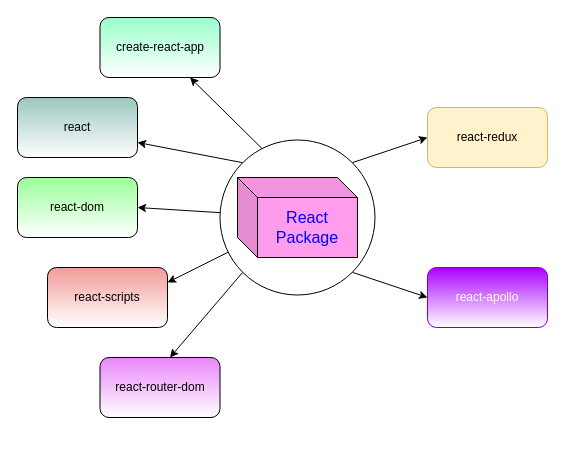
The draw.io diagram My Articles/react/React Packages.drawio in anbarasan-raji/books, before the edit. Source tidied: cells renumbered, new cells numbered last; positions are measured from the earlier drawing's top-left corner, leaving out a move shared by most shapes. Both pictures are drawn from the tidied source at 100%, with x=0, y=0 at pixel (17, 17).
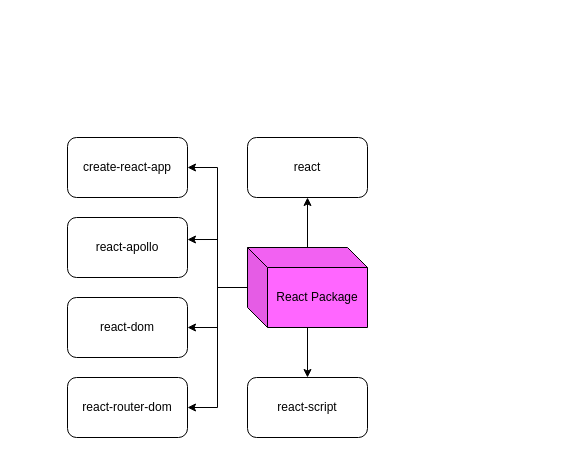
Above is the later version.

Diff of the diagram source:
```diff
@@
 <mxGraphModel>
   <root>
     <mxCell id="0" />
     <mxCell id="1" parent="0" />
-    <mxCell id="2" style="edgeStyle=none;rounded=0;jettySize=auto;html=1;exitX=0.281;exitY=0.065;exitDx=0;exitDy=0;entryX=0.75;entryY=1;entryDx=0;entryDy=0;exitPerimeter=0;" parent="1" edge="1" source="9" target="17">
-      <mxGeometry relative="1" as="geometry" />
-    </mxCell>
-    <mxCell id="3" style="edgeStyle=none;rounded=0;jettySize=auto;html=1;exitX=0;exitY=0;exitDx=0;exitDy=0;entryX=1;entryY=0.75;entryDx=0;entryDy=0;" parent="1" edge="1" source="9" target="11">
-      <mxGeometry relative="1" as="geometry" />
-    </mxCell>
-    <mxCell id="4" style="edgeStyle=none;rounded=0;jettySize=auto;html=1;entryX=1;entryY=0.5;entryDx=0;entryDy=0;" parent="1" edge="1" source="9" target="14">
-      <mxGeometry relative="1" as="geometry" />
-    </mxCell>
-    <mxCell id="5" style="edgeStyle=none;rounded=0;jettySize=auto;html=1;entryX=1;entryY=0.25;entryDx=0;entryDy=0;" parent="1" edge="1" source="9" target="15">
-      <mxGeometry relative="1" as="geometry" />
-    </mxCell>
-    <mxCell id="6" style="edgeStyle=none;rounded=0;jettySize=auto;html=1;exitX=0;exitY=1;exitDx=0;exitDy=0;entryX=0.583;entryY=0;entryDx=0;entryDy=0;entryPerimeter=0;" parent="1" edge="1" source="9" target="13">
-      <mxGeometry relative="1" as="geometry" />
-    </mxCell>
-    <mxCell id="7" style="edgeStyle=none;rounded=0;jettySize=auto;html=1;exitX=1;exitY=0;exitDx=0;exitDy=0;entryX=0;entryY=0.5;entryDx=0;entryDy=0;fontSize=16;fontColor=#0000FF;" parent="1" edge="1" source="9" target="12">
-      <mxGeometry relative="1" as="geometry" />
-    </mxCell>
-    <mxCell id="8" style="edgeStyle=none;rounded=0;jettySize=auto;html=1;exitX=1;exitY=1;exitDx=0;exitDy=0;entryX=0;entryY=0.5;entryDx=0;entryDy=0;fontSize=16;fontColor=#0000FF;" parent="1" edge="1" source="9" target="16">
-      <mxGeometry relative="1" as="geometry" />
-    </mxCell>
-    <mxCell id="9" style="ellipse;whiteSpace=wrap;html=1;" parent="1" vertex="1">
-      <mxGeometry x="202.5" y="122.5" width="155" height="155" as="geometry" />
-    </mxCell>
+    <mxCell id="18" style="edgeStyle=orthogonalEdgeStyle;rounded=0;jettySize=auto;html=1;entryX=0.5;entryY=1;entryDx=0;entryDy=0;" parent="1" edge="1" source="10" target="11">
+      <mxGeometry relative="1" as="geometry" />
+    </mxCell>
+    <mxCell id="19" style="edgeStyle=orthogonalEdgeStyle;rounded=0;jettySize=auto;html=1;" parent="1" edge="1" source="10" target="24">
+      <mxGeometry relative="1" as="geometry" />
+    </mxCell>
+    <mxCell id="20" style="edgeStyle=orthogonalEdgeStyle;rounded=0;jettySize=auto;html=1;entryX=1;entryY=0.5;entryDx=0;entryDy=0;" parent="1" edge="1" source="10" target="17">
+      <mxGeometry relative="1" as="geometry" />
+    </mxCell>
+    <mxCell id="21" style="edgeStyle=orthogonalEdgeStyle;rounded=0;jettySize=auto;html=1;entryX=1;entryY=0.367;entryDx=0;entryDy=0;entryPerimeter=0;" parent="1" edge="1" source="10" target="16">
+      <mxGeometry relative="1" as="geometry" />
+    </mxCell>
+    <mxCell id="22" style="edgeStyle=orthogonalEdgeStyle;rounded=0;jettySize=auto;html=1;entryX=1;entryY=0.5;entryDx=0;entryDy=0;" parent="1" edge="1" source="10" target="14">
+      <mxGeometry relative="1" as="geometry" />
+    </mxCell>
+    <mxCell id="23" style="edgeStyle=orthogonalEdgeStyle;rounded=0;jettySize=auto;html=1;entryX=1;entryY=0.5;entryDx=0;entryDy=0;" parent="1" edge="1" source="10" target="13">
+      <mxGeometry relative="1" as="geometry" />
+    </mxCell>
-    <mxCell id="10" value="React Package" style="shape=cube;whiteSpace=wrap;html=1;boundedLbl=1;backgroundOutline=1;darkOpacity=0.05;darkOpacity2=0.1;fillColor=#FF9CEB;strokeWidth=1;perimeterSpacing=7;fontSize=16;fontColor=#0000FF;" parent="1" vertex="1">
-      <mxGeometry x="220" y="160" width="120" height="80" as="geometry" />
+    <mxCell id="10" value="React Package" style="shape=cube;whiteSpace=wrap;html=1;boundedLbl=1;backgroundOutline=1;darkOpacity=0.05;darkOpacity2=0.1;fillColor=#FF66FF;" parent="1" vertex="1">
+      <mxGeometry x="230" y="230" width="120" height="80" as="geometry" />
     </mxCell>
-    <mxCell id="11" value="react" style="rounded=1;whiteSpace=wrap;html=1;fillColor=#9AC7BF;gradientColor=#ffffff;" parent="1" vertex="1">
-      <mxGeometry y="80" width="120" height="60" as="geometry" />
-    </mxCell>
-    <mxCell id="12" value="react-redux" style="rounded=1;whiteSpace=wrap;html=1;fillColor=#fff2cc;strokeColor=#d6b656;" parent="1" vertex="1">
-      <mxGeometry x="410" y="90" width="120" height="60" as="geometry" />
-    </mxCell>
+    <mxCell id="17" value="create-react-app" style="rounded=1;whiteSpace=wrap;html=1;" parent="1" vertex="1">
+      <mxGeometry x="50" y="120" width="120" height="60" as="geometry" />
+    </mxCell>
-    <mxCell id="13" value="react-router-dom" style="rounded=1;whiteSpace=wrap;html=1;fillColor=#E986F8;gradientColor=#ffffff;" parent="1" vertex="1">
-      <mxGeometry x="82.5" y="340" width="120" height="60" as="geometry" />
+    <mxCell id="13" value="react-router-dom" style="rounded=1;whiteSpace=wrap;html=1;" parent="1" vertex="1">
+      <mxGeometry x="50" y="360" width="120" height="60" as="geometry" />
     </mxCell>
-    <mxCell id="14" value="react-dom" style="rounded=1;whiteSpace=wrap;html=1;fillColor=#99FF99;gradientColor=#ffffff;" parent="1" vertex="1">
-      <mxGeometry y="160" width="120" height="60" as="geometry" />
+    <mxCell id="14" value="react-dom" style="rounded=1;whiteSpace=wrap;html=1;" parent="1" vertex="1">
+      <mxGeometry x="50" y="280" width="120" height="60" as="geometry" />
     </mxCell>
-    <mxCell id="15" value="react-scripts" style="rounded=1;whiteSpace=wrap;html=1;fillColor=#F19C99;gradientColor=#ffffff;" parent="1" vertex="1">
-      <mxGeometry x="30" y="250" width="120" height="60" as="geometry" />
-    </mxCell>
-    <mxCell id="16" value="react-apollo" style="rounded=1;whiteSpace=wrap;html=1;fillColor=#aa00ff;strokeColor=#7700CC;fontColor=#ffffff;gradientColor=#ffffff;" parent="1" vertex="1">
-      <mxGeometry x="410" y="250" width="120" height="60" as="geometry" />
+    <mxCell id="16" value="react-apollo" style="rounded=1;whiteSpace=wrap;html=1;" parent="1" vertex="1">
+      <mxGeometry x="50" y="200" width="120" height="60" as="geometry" />
     </mxCell>
-    <mxCell id="17" value="create-react-app" style="rounded=1;whiteSpace=wrap;html=1;fillColor=#99FFCC;gradientColor=#ffffff;" parent="1" vertex="1">
-      <mxGeometry x="82.5" width="120" height="60" as="geometry" />
-    </mxCell>
+    <mxCell id="24" value="react-script" style="rounded=1;whiteSpace=wrap;html=1;" parent="1" vertex="1">
+      <mxGeometry x="230" y="360" width="120" height="60" as="geometry" />
+    </mxCell>
+    <mxCell id="11" value="react" style="rounded=1;whiteSpace=wrap;html=1;" parent="1" vertex="1">
+      <mxGeometry x="230" y="120" width="120" height="60" as="geometry" />
+    </mxCell>
   </root>
 </mxGraphModel>
```
